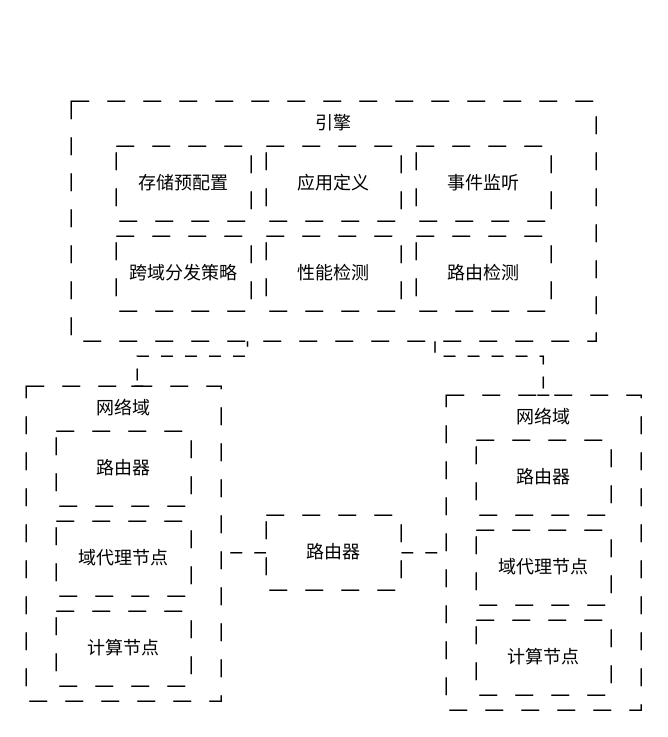
Before: 未命名绘图.drawio in RagingSilence/drawio, a draw.io diagram. Source tidied: cells renumbered, new cells numbered last; positions are measured from the earlier drawing's top-left corner, leaving out a move shared by most shapes. Both pictures are drawn from the tidied source at 150%, with x=0, y=0 at pixel (26, 100).
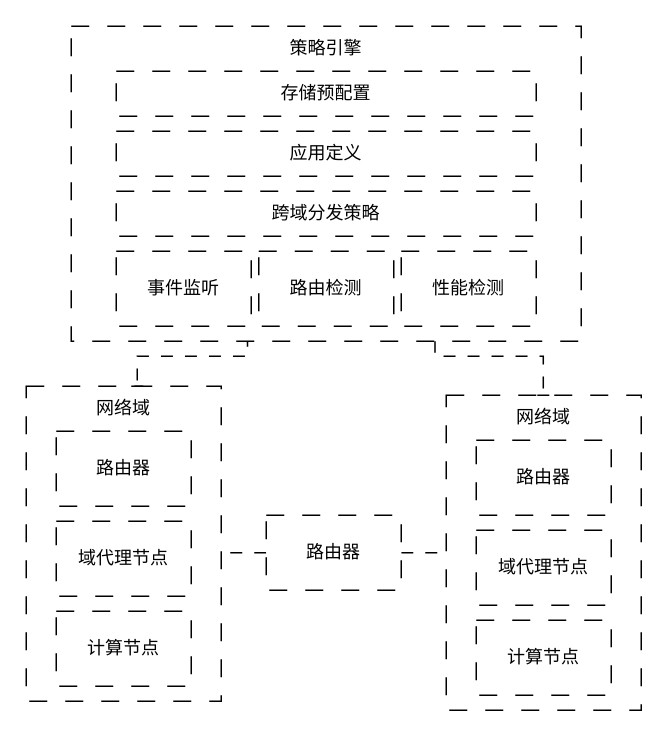
After the change.

Change to the diagram source:
```diff
@@
-    <mxCell id="19" style="group;" parent="1" vertex="1">
-      <mxGeometry x="30" width="350" height="160" as="geometry" />
-    </mxCell>
-    <mxCell id="20" style="rounded=0;whiteSpace=wrap;html=1;dashed=1;dashPattern=12 12;" parent="19" vertex="1">
-      <mxGeometry width="350" height="160" as="geometry" />
+    <mxCell id="20" style="rounded=0;whiteSpace=wrap;html=1;dashed=1;dashPattern=12 12;" parent="1" vertex="1">
+      <mxGeometry x="30" y="-50" width="340" height="210" as="geometry" />
     </mxCell>
-    <mxCell id="21" value="事件监听" style="rounded=0;whiteSpace=wrap;html=1;dashed=1;dashPattern=12 12;" parent="19" vertex="1">
-      <mxGeometry x="230" y="30" width="90" height="50" as="geometry" />
+    <mxCell id="21" value="事件监听" style="rounded=0;whiteSpace=wrap;html=1;dashed=1;dashPattern=12 12;" parent="1" vertex="1">
+      <mxGeometry x="60" y="100" width="90" height="50" as="geometry" />
     </mxCell>
-    <mxCell id="22" value="存储预配置" style="rounded=0;whiteSpace=wrap;html=1;dashed=1;dashPattern=12 12;" parent="19" vertex="1">
-      <mxGeometry x="30" y="30" width="90" height="50" as="geometry" />
+    <mxCell id="22" value="存储预配置" style="rounded=0;whiteSpace=wrap;html=1;dashed=1;dashPattern=12 12;" parent="1" vertex="1">
+      <mxGeometry x="60" y="-20" width="280" height="30" as="geometry" />
     </mxCell>
-    <mxCell id="23" value="应用定义" style="rounded=0;whiteSpace=wrap;html=1;dashed=1;dashPattern=12 12;" parent="19" vertex="1">
-      <mxGeometry x="130" y="30" width="90" height="50" as="geometry" />
-    </mxCell>
-    <mxCell id="24" value="跨域分发策略" style="rounded=0;whiteSpace=wrap;html=1;dashed=1;dashPattern=12 12;" parent="19" vertex="1">
-      <mxGeometry x="30" y="90" width="90" height="50" as="geometry" />
-    </mxCell>
-    <mxCell id="25" value="性能检测" style="rounded=0;whiteSpace=wrap;html=1;dashed=1;dashPattern=12 12;" parent="19" vertex="1">
-      <mxGeometry x="130" y="90" width="90" height="50" as="geometry" />
+    <mxCell id="25" value="性能检测" style="rounded=0;whiteSpace=wrap;html=1;dashed=1;dashPattern=12 12;" parent="1" vertex="1">
+      <mxGeometry x="250" y="100" width="90" height="50" as="geometry" />
     </mxCell>
-    <mxCell id="26" value="引擎" style="text;html=1;align=center;verticalAlign=middle;whiteSpace=wrap;rounded=0;fontFamily=Helvetica;fontSize=12;fontColor=default;" parent="19" vertex="1">
-      <mxGeometry x="145" width="60" height="30" as="geometry" />
+    <mxCell id="26" value="策略引擎" style="text;html=1;align=center;verticalAlign=middle;whiteSpace=wrap;rounded=0;fontFamily=Helvetica;fontSize=12;fontColor=default;" parent="1" vertex="1">
+      <mxGeometry x="170" y="-50" width="60" height="30" as="geometry" />
     </mxCell>
-    <mxCell id="27" value="路由检测" style="rounded=0;whiteSpace=wrap;html=1;dashed=1;dashPattern=12 12;" parent="19" vertex="1">
-      <mxGeometry x="230" y="90" width="90" height="50" as="geometry" />
+    <mxCell id="27" value="路由检测" style="rounded=0;whiteSpace=wrap;html=1;dashed=1;dashPattern=12 12;" parent="1" vertex="1">
+      <mxGeometry x="155" y="100" width="90" height="50" as="geometry" />
     </mxCell>
+    <mxCell id="23" value="应用定义" style="rounded=0;whiteSpace=wrap;html=1;dashed=1;dashPattern=12 12;" parent="1" vertex="1">
+      <mxGeometry x="60" y="20" width="280" height="30" as="geometry" />
+    </mxCell>
+    <mxCell id="24" value="跨域分发策略" style="rounded=0;whiteSpace=wrap;html=1;dashed=1;dashPattern=12 12;" parent="1" vertex="1">
+      <mxGeometry x="60" y="60" width="280" height="30" as="geometry" />
+    </mxCell>
```
